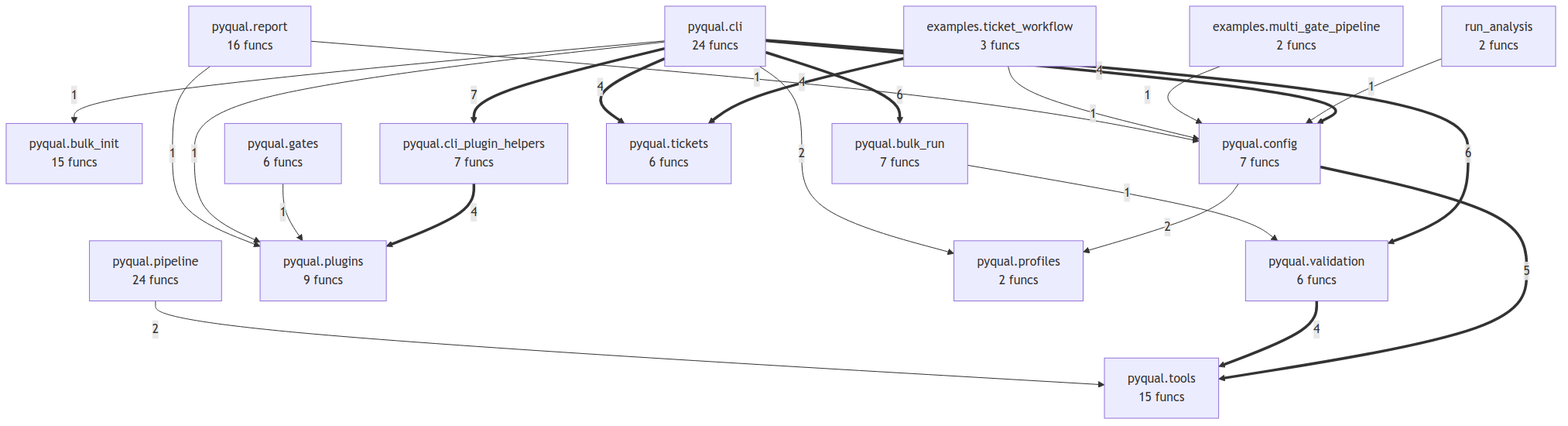
The Mermaid diagram project/compact_flow.png in semcod/pyqual, before a commit. Its source is kept beside it as project/compact_flow.mmd.
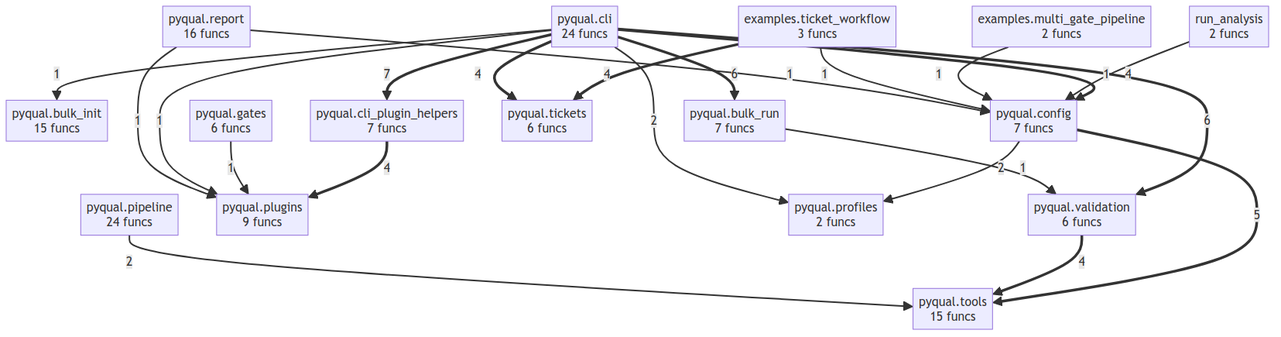
The same diagram one commit later.

The edit, as a diff of the source:
```diff
@@ -33,6 +33,6 @@
     pyqual__gates -->|1| pyqual__plugins
     pyqual__cli -->|1| pyqual__bulk_init
     pyqual__cli -->|1| pyqual__plugins
-    pyqual__bulk_run -->|1| pyqual__validation
     pyqual__report -->|1| pyqual__plugins
     pyqual__report -->|1| pyqual__config
+    pyqual__bulk_run -->|1| pyqual__validation
```
